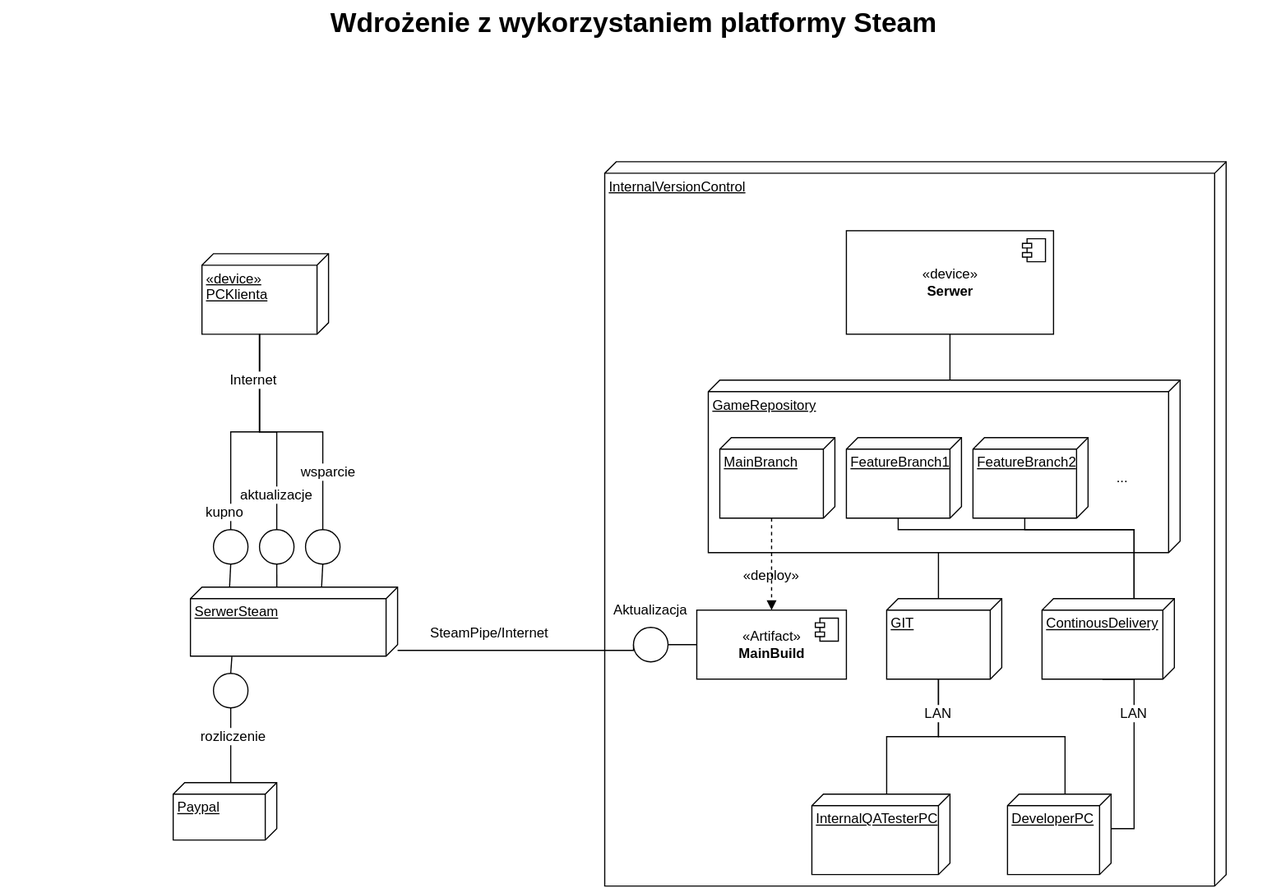
This is 3. dokumentacja projektowa i wdrożeniowa/d. diagramy wdrożeniowe/MayaWdrozenieDiag.svg from 4cer/maya-slasher, a draw.io export, as it was before one commit. Source tidied: cells renumbered, new cells last; positions are measured from the earlier drawing's top-left corner, leaving out a move shared by most shapes.
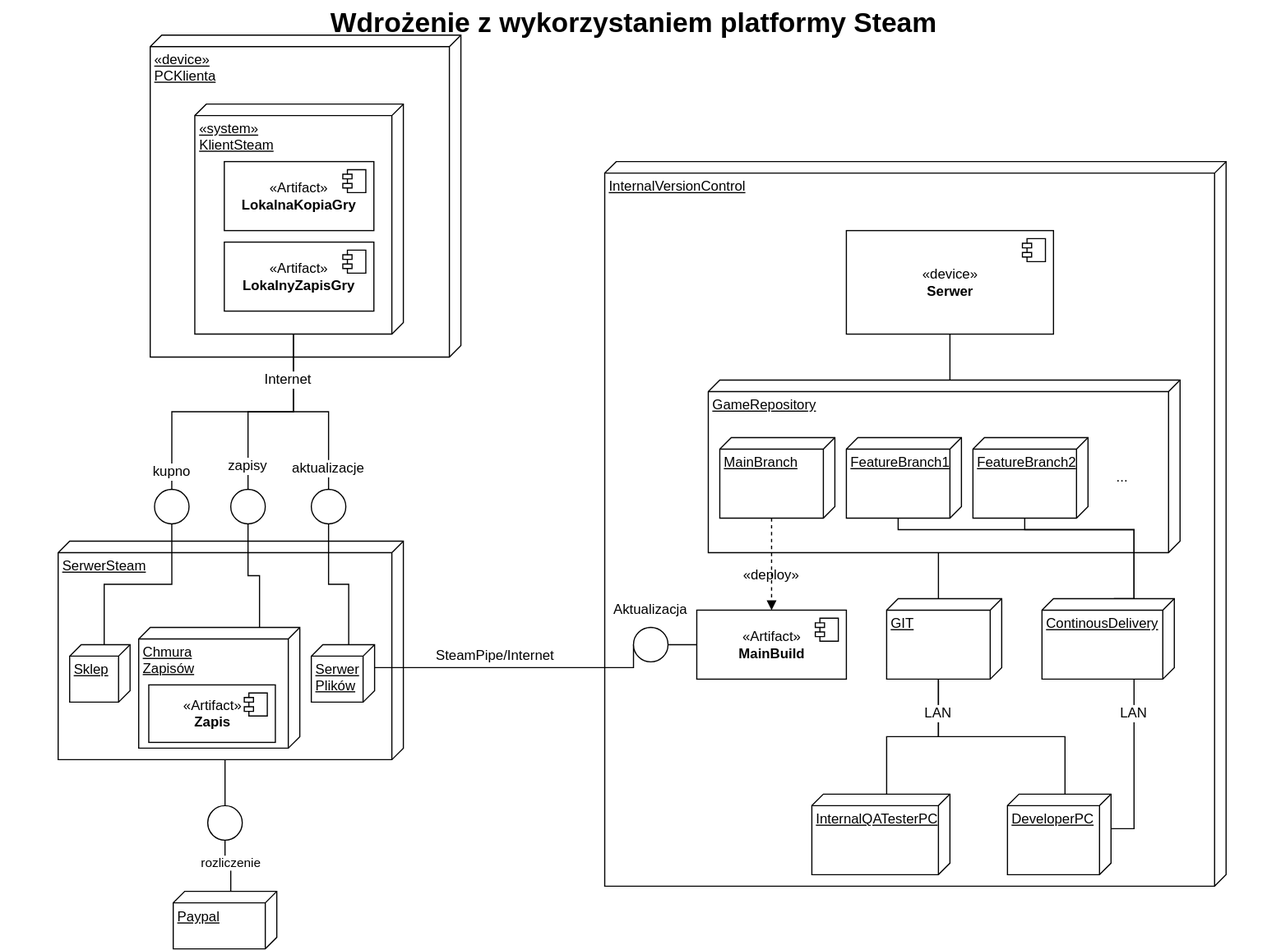
The same file after the commit.

Commit message:
Updated Deployment Diagram

Change to the diagram source:
```diff
@@ -2,20 +2,23 @@
   <root>
     <mxCell id="0" style="html=1;" />
     <mxCell id="1" style="html=1;" parent="0" />
+    <mxCell id="53" value="&lt;div&gt;«device»&lt;/div&gt;&lt;div&gt;PCKlienta&lt;/div&gt;" style="verticalAlign=top;align=left;spacingTop=8;spacingLeft=2;spacingRight=12;shape=cube;size=10;direction=south;fontStyle=4;html=1;" parent="1" vertex="1">
+      <mxGeometry x="130" y="30" width="270" height="280" as="geometry" />
+    </mxCell>
     <mxCell id="2" value="Wdrożenie z wykorzystaniem platformy Steam" style="text;strokeColor=none;fillColor=none;html=1;fontSize=24;fontStyle=1;verticalAlign=middle;align=center;" parent="1" vertex="1">
       <mxGeometry width="1100" height="40" as="geometry" />
     </mxCell>
     <mxCell id="3" value="&lt;div&gt;SerwerSteam&lt;/div&gt;" style="verticalAlign=top;align=left;spacingTop=8;spacingLeft=2;spacingRight=12;shape=cube;size=10;direction=south;fontStyle=4;html=1;" parent="1" vertex="1">
-      <mxGeometry x="165" y="510" width="180" height="60" as="geometry" />
+      <mxGeometry x="50" y="470" width="300" height="190" as="geometry" />
     </mxCell>
-    <mxCell id="4" value="&lt;div&gt;«device»&lt;/div&gt;&lt;div&gt;PCKlienta&lt;/div&gt;" style="verticalAlign=top;align=left;spacingTop=8;spacingLeft=2;spacingRight=12;shape=cube;size=10;direction=south;fontStyle=4;html=1;" parent="1" vertex="1">
-      <mxGeometry x="175" y="220" width="110" height="70" as="geometry" />
+    <mxCell id="4" value="&lt;div&gt;«system»&lt;/div&gt;&lt;div&gt;KlientSteam&lt;/div&gt;" style="verticalAlign=top;align=left;spacingTop=8;spacingLeft=2;spacingRight=12;shape=cube;size=10;direction=south;fontStyle=4;html=1;" parent="1" vertex="1">
+      <mxGeometry x="168.8" y="90" width="181.2" height="200" as="geometry" />
     </mxCell>
     <mxCell id="5" value="&lt;div&gt;InternalVersionControl&lt;/div&gt;" style="verticalAlign=top;align=left;spacingTop=8;spacingLeft=2;spacingRight=12;shape=cube;size=10;direction=south;fontStyle=4;html=1;" parent="1" vertex="1">
       <mxGeometry x="525" y="140" width="540" height="630" as="geometry" />
     </mxCell>
     <mxCell id="6" value="&lt;div&gt;SteamPipe/Internet&lt;/div&gt;" style="text;html=1;strokeColor=none;fillColor=none;align=center;verticalAlign=middle;whiteSpace=wrap;rounded=0;" parent="1" vertex="1">
-      <mxGeometry x="405" y="540" width="40" height="20" as="geometry" />
+      <mxGeometry x="410" y="560" width="40" height="20" as="geometry" />
     </mxCell>
     <mxCell id="7" value="&lt;div&gt;GameRepository&lt;/div&gt;" style="verticalAlign=top;align=left;spacingTop=8;spacingLeft=2;spacingRight=12;shape=cube;size=10;direction=south;fontStyle=4;html=1;" parent="1" vertex="1">
       <mxGeometry x="615" y="330" width="410" height="150" as="geometry" />
@@ -86,10 +89,10 @@
     <mxCell id="23" value="ContinousDelivery" style="verticalAlign=top;align=left;spacingTop=8;spacingLeft=2;spacingRight=12;shape=cube;size=10;direction=south;fontStyle=4;html=1;" parent="1" vertex="1">
       <mxGeometry x="905" y="520" width="115" height="70" as="geometry" />
     </mxCell>
-    <mxCell id="24" style="edgeStyle=orthogonalEdgeStyle;rounded=0;jettySize=auto;html=1;exitX=0;exitY=0;exitDx=55;exitDy=0;exitPerimeter=0;endArrow=none;endFill=0;entryX=0;entryY=0.5;entryDx=0;entryDy=0;" parent="1" edge="1" source="3" target="26">
+    <mxCell id="24" style="edgeStyle=orthogonalEdgeStyle;rounded=0;jettySize=auto;html=1;exitX=0;exitY=0;exitDx=20;exitDy=0;exitPerimeter=0;endArrow=none;endFill=0;entryX=0;entryY=0.5;entryDx=0;entryDy=0;" parent="1" edge="1" source="58" target="26">
       <mxGeometry relative="1" as="geometry">
         <Array as="points">
-          <mxPoint x="550" y="565" />
+          <mxPoint x="550" y="580" />
         </Array>
       </mxGeometry>
     </mxCell>
@@ -102,60 +105,45 @@
     <mxCell id="27" value="Aktualizacja" style="text;html=1;strokeColor=none;fillColor=none;align=center;verticalAlign=middle;whiteSpace=wrap;rounded=0;labelBackgroundColor=#ffffff;" parent="1" vertex="1">
       <mxGeometry x="545" y="520" width="40" height="20" as="geometry" />
     </mxCell>
-    <mxCell id="28" style="edgeStyle=orthogonalEdgeStyle;rounded=0;jettySize=auto;html=1;exitX=0.5;exitY=1;exitDx=0;exitDy=0;entryX=-0.008;entryY=0.811;entryDx=0;entryDy=0;entryPerimeter=0;endArrow=none;endFill=0;" parent="1" edge="1" source="30" target="3">
-      <mxGeometry relative="1" as="geometry" />
-    </mxCell>
-    <mxCell id="29" style="edgeStyle=orthogonalEdgeStyle;rounded=0;jettySize=auto;html=1;exitX=0.5;exitY=0;exitDx=0;exitDy=0;entryX=0;entryY=0;entryDx=70;entryDy=60;entryPerimeter=0;endArrow=none;endFill=0;" parent="1" edge="1" source="30" target="4">
+    <mxCell id="29" style="edgeStyle=orthogonalEdgeStyle;rounded=0;jettySize=auto;html=1;exitX=0.5;exitY=0;exitDx=0;exitDy=0;entryX=0;entryY=0;entryDx=200;entryDy=95.625;entryPerimeter=0;endArrow=none;endFill=0;" parent="1" edge="1" source="30" target="4">
       <mxGeometry relative="1" as="geometry" />
     </mxCell>
+    <mxCell id="54" style="edgeStyle=orthogonalEdgeStyle;rounded=0;jettySize=auto;html=1;exitX=0.5;exitY=1;exitDx=0;exitDy=0;entryX=0;entryY=0;entryDx=0;entryDy=22.5;entryPerimeter=0;endFill=0;endArrow=none;" parent="1" edge="1" source="30" target="57">
+      <mxGeometry relative="1" as="geometry" />
+    </mxCell>
     <mxCell id="30" style="ellipse;whiteSpace=wrap;html=1;" parent="1" vertex="1">
-      <mxGeometry x="185" y="460" width="30" height="30" as="geometry" />
+      <mxGeometry x="133.8" y="425" width="30" height="30" as="geometry" />
     </mxCell>
-    <mxCell id="31" style="edgeStyle=orthogonalEdgeStyle;rounded=0;jettySize=auto;html=1;exitX=0.5;exitY=1;exitDx=0;exitDy=0;entryX=0;entryY=0.583;entryDx=0;entryDy=0;entryPerimeter=0;endArrow=none;endFill=0;" parent="1" edge="1" source="33" target="3">
-      <mxGeometry relative="1" as="geometry" />
-    </mxCell>
+    <mxCell id="55" style="edgeStyle=orthogonalEdgeStyle;rounded=0;jettySize=auto;html=1;exitX=0.5;exitY=1;exitDx=0;exitDy=0;entryX=0;entryY=0;entryDx=0;entryDy=22.5;entryPerimeter=0;endFill=0;endArrow=none;" parent="1" edge="1" source="33" target="58">
+      <mxGeometry relative="1" as="geometry" />
+    </mxCell>
-    <mxCell id="32" style="edgeStyle=orthogonalEdgeStyle;rounded=0;jettySize=auto;html=1;exitX=0.5;exitY=0;exitDx=0;exitDy=0;entryX=0;entryY=0;entryDx=70;entryDy=60;entryPerimeter=0;endArrow=none;endFill=0;" parent="1" edge="1" source="33" target="4">
+    <mxCell id="32" style="edgeStyle=orthogonalEdgeStyle;rounded=0;jettySize=auto;html=1;exitX=0.5;exitY=0;exitDx=0;exitDy=0;entryX=0;entryY=0;entryDx=200;entryDy=95.625;entryPerimeter=0;endFill=0;endArrow=none;" parent="1" edge="1" source="33" target="4">
       <mxGeometry relative="1" as="geometry" />
     </mxCell>
     <mxCell id="33" style="ellipse;whiteSpace=wrap;html=1;" parent="1" vertex="1">
-      <mxGeometry x="225" y="460" width="30" height="30" as="geometry" />
+      <mxGeometry x="270" y="425" width="30" height="30" as="geometry" />
     </mxCell>
-    <mxCell id="34" style="edgeStyle=orthogonalEdgeStyle;rounded=0;jettySize=auto;html=1;exitX=0.5;exitY=1;exitDx=0;exitDy=0;entryX=0;entryY=0.367;entryDx=0;entryDy=0;entryPerimeter=0;endArrow=none;endFill=0;" parent="1" edge="1" source="36" target="3">
-      <mxGeometry relative="1" as="geometry" />
-    </mxCell>
+    <mxCell id="56" style="edgeStyle=orthogonalEdgeStyle;rounded=0;jettySize=auto;html=1;exitX=0.5;exitY=1;exitDx=0;exitDy=0;entryX=0;entryY=0;entryDx=0;entryDy=35;entryPerimeter=0;endFill=0;endArrow=none;" parent="1" edge="1" source="36" target="59">
+      <mxGeometry relative="1" as="geometry" />
+    </mxCell>
-    <mxCell id="35" style="edgeStyle=orthogonalEdgeStyle;rounded=0;jettySize=auto;html=1;exitX=0.5;exitY=0;exitDx=0;exitDy=0;entryX=0;entryY=0;entryDx=70;entryDy=60;entryPerimeter=0;endArrow=none;endFill=0;" parent="1" edge="1" source="36" target="4">
+    <mxCell id="35" style="edgeStyle=orthogonalEdgeStyle;rounded=0;jettySize=auto;html=1;exitX=0.5;exitY=0;exitDx=0;exitDy=0;entryX=0;entryY=0;entryDx=200;entryDy=95.625;entryPerimeter=0;endFill=0;endArrow=none;" parent="1" edge="1" source="36" target="4">
       <mxGeometry relative="1" as="geometry" />
     </mxCell>
     <mxCell id="36" style="ellipse;whiteSpace=wrap;html=1;" parent="1" vertex="1">
-      <mxGeometry x="265" y="460" width="30" height="30" as="geometry" />
+      <mxGeometry x="200" y="425" width="30" height="30" as="geometry" />
     </mxCell>
-    <mxCell id="37" value="&lt;div&gt;kupno&lt;/div&gt;" style="text;html=1;strokeColor=none;fillColor=none;align=center;verticalAlign=middle;whiteSpace=wrap;rounded=0;labelBackgroundColor=#ffffff;" parent="1" vertex="1">
-      <mxGeometry x="175" y="435" width="40" height="20" as="geometry" />
-    </mxCell>
-    <mxCell id="38" value="aktualizacje" style="text;html=1;strokeColor=none;fillColor=none;align=center;verticalAlign=middle;whiteSpace=wrap;rounded=0;labelBackgroundColor=#ffffff;" parent="1" vertex="1">
-      <mxGeometry x="220" y="420" width="40" height="20" as="geometry" />
-    </mxCell>
-    <mxCell id="39" value="wsparcie" style="text;html=1;strokeColor=none;fillColor=none;align=center;verticalAlign=middle;whiteSpace=wrap;rounded=0;labelBackgroundColor=#ffffff;" parent="1" vertex="1">
-      <mxGeometry x="260" y="400" width="50" height="20" as="geometry" />
-    </mxCell>
     <mxCell id="40" value="&lt;div&gt;Paypal&lt;/div&gt;" style="verticalAlign=top;align=left;spacingTop=8;spacingLeft=2;spacingRight=12;shape=cube;size=10;direction=south;fontStyle=4;html=1;" parent="1" vertex="1">
-      <mxGeometry x="150" y="680" width="90" height="50" as="geometry" />
+      <mxGeometry x="150" y="774.5" width="90" height="50" as="geometry" />
     </mxCell>
-    <mxCell id="41" style="edgeStyle=orthogonalEdgeStyle;rounded=0;jettySize=auto;html=1;exitX=0.5;exitY=0;exitDx=0;exitDy=0;entryX=1.008;entryY=0.8;entryDx=0;entryDy=0;entryPerimeter=0;endArrow=none;endFill=0;" parent="1" edge="1" source="43" target="3">
+    <mxCell id="41" style="edgeStyle=orthogonalEdgeStyle;rounded=0;jettySize=auto;html=1;exitX=0.5;exitY=0;exitDx=0;exitDy=0;entryX=0;entryY=0;entryDx=190;entryDy=155;entryPerimeter=0;endFill=0;endArrow=none;" parent="1" edge="1" source="43" target="3">
       <mxGeometry relative="1" as="geometry" />
     </mxCell>
-    <mxCell id="42" style="edgeStyle=orthogonalEdgeStyle;rounded=0;jettySize=auto;html=1;exitX=0.5;exitY=1;exitDx=0;exitDy=0;entryX=0;entryY=0;entryDx=0;entryDy=40;entryPerimeter=0;endArrow=none;endFill=0;" parent="1" edge="1" source="43" target="40">
+    <mxCell id="42" style="edgeStyle=orthogonalEdgeStyle;rounded=0;jettySize=auto;html=1;exitX=0.5;exitY=1;exitDx=0;exitDy=0;entryX=0;entryY=0;entryDx=0;entryDy=40;entryPerimeter=0;endFill=0;endArrow=none;" parent="1" edge="1" source="43" target="40">
       <mxGeometry relative="1" as="geometry" />
     </mxCell>
     <mxCell id="43" style="ellipse;whiteSpace=wrap;html=1;" parent="1" vertex="1">
-      <mxGeometry x="185" y="585" width="30" height="30" as="geometry" />
+      <mxGeometry x="180" y="700" width="30" height="30" as="geometry" />
     </mxCell>
-    <mxCell id="44" value="rozliczenie" style="text;html=1;strokeColor=none;fillColor=none;align=center;verticalAlign=middle;whiteSpace=wrap;rounded=0;labelBackgroundColor=#ffffff;" parent="1" vertex="1">
-      <mxGeometry x="175" y="630" width="55" height="20" as="geometry" />
-    </mxCell>
-    <mxCell id="45" value="&lt;div&gt;Internet&lt;/div&gt;" style="text;html=1;strokeColor=none;fillColor=none;align=center;verticalAlign=middle;whiteSpace=wrap;rounded=0;labelBackgroundColor=#ffffff;" parent="1" vertex="1">
-      <mxGeometry x="200" y="320" width="40" height="20" as="geometry" />
-    </mxCell>
     <mxCell id="46" style="edgeStyle=orthogonalEdgeStyle;rounded=0;jettySize=auto;html=1;exitX=0.5;exitY=1;exitDx=0;exitDy=0;entryX=0;entryY=0;entryDx=0;entryDy=200;entryPerimeter=0;endArrow=none;endFill=0;" parent="1" edge="1" source="47" target="7">
       <mxGeometry relative="1" as="geometry" />
     </mxCell>
@@ -179,5 +167,53 @@
     <mxCell id="52" value="LAN" style="text;html=1;strokeColor=none;fillColor=none;align=center;verticalAlign=middle;whiteSpace=wrap;rounded=0;labelBackgroundColor=#ffffff;" parent="1" vertex="1">
       <mxGeometry x="965" y="610" width="40" height="20" as="geometry" />
     </mxCell>
+    <mxCell id="57" value="&lt;div&gt;Sklep&lt;/div&gt;&lt;div&gt;&lt;br&gt;&lt;/div&gt;" style="verticalAlign=top;align=left;spacingTop=8;spacingLeft=2;spacingRight=12;shape=cube;size=10;direction=south;fontStyle=4;html=1;" parent="1" vertex="1">
+      <mxGeometry x="60" y="560" width="52.5" height="50" as="geometry" />
+    </mxCell>
+    <mxCell id="58" value="Serwer&lt;br&gt;Plików" style="verticalAlign=top;align=left;spacingTop=8;spacingLeft=2;spacingRight=12;shape=cube;size=10;direction=south;fontStyle=4;html=1;" parent="1" vertex="1">
+      <mxGeometry x="270" y="560" width="55" height="50" as="geometry" />
+    </mxCell>
+    <mxCell id="59" value="Chmura&lt;br&gt;&lt;div&gt;Zapisów&lt;/div&gt;" style="verticalAlign=top;align=left;spacingTop=8;spacingLeft=2;spacingRight=12;shape=cube;size=10;direction=south;fontStyle=4;html=1;" parent="1" vertex="1">
+      <mxGeometry x="120" y="545" width="140" height="105" as="geometry" />
+    </mxCell>
+    <mxCell id="38" value="aktualizacje" style="text;html=1;strokeColor=none;fillColor=none;align=center;verticalAlign=middle;whiteSpace=wrap;rounded=0;labelBackgroundColor=#ffffff;" parent="1" vertex="1">
+      <mxGeometry x="265" y="397" width="40" height="20" as="geometry" />
+    </mxCell>
+    <mxCell id="44" value="rozliczenie" style="text;html=1;strokeColor=none;fillColor=none;align=center;verticalAlign=middle;whiteSpace=wrap;rounded=0;labelBackgroundColor=#ffffff;fontSize=11;endFill=0;endArrow=none;" parent="1" vertex="1">
+      <mxGeometry x="172.5" y="740" width="55" height="20" as="geometry" />
+    </mxCell>
+    <mxCell id="45" value="&lt;div&gt;Internet&lt;/div&gt;" style="text;html=1;strokeColor=none;fillColor=none;align=center;verticalAlign=middle;whiteSpace=wrap;rounded=0;labelBackgroundColor=#ffffff;" parent="1" vertex="1">
+      <mxGeometry x="230" y="320" width="40" height="20" as="geometry" />
+    </mxCell>
+    <mxCell id="37" value="&lt;div&gt;kupno&lt;/div&gt;" style="text;html=1;strokeColor=none;fillColor=none;align=center;verticalAlign=middle;whiteSpace=wrap;rounded=0;labelBackgroundColor=#ffffff;" parent="1" vertex="1">
+      <mxGeometry x="128.8" y="400" width="40" height="20" as="geometry" />
+    </mxCell>
+    <mxCell id="39" value="zapisy" style="text;html=1;strokeColor=none;fillColor=none;align=center;verticalAlign=middle;whiteSpace=wrap;rounded=0;labelBackgroundColor=#ffffff;" parent="1" vertex="1">
+      <mxGeometry x="190" y="395" width="50" height="20" as="geometry" />
+    </mxCell>
+    <mxCell id="60" value="«Artifact»&lt;br&gt;&lt;b&gt;Zapis&lt;/b&gt;" style="html=1;" parent="1" vertex="1">
+      <mxGeometry x="128.8" y="595" width="110" height="50" as="geometry" />
+    </mxCell>
+    <mxCell id="61" style="shape=component;jettyWidth=8;jettyHeight=4;" parent="60" vertex="1">
+      <mxGeometry x="1" width="20" height="20" relative="1" as="geometry">
+        <mxPoint x="-27" y="7" as="offset" />
+      </mxGeometry>
+    </mxCell>
+    <mxCell id="62" value="«Artifact»&lt;br&gt;&lt;b&gt;LokalnaKopiaGry&lt;/b&gt;" style="html=1;" parent="1" vertex="1">
+      <mxGeometry x="194.4" y="140" width="130" height="60" as="geometry" />
+    </mxCell>
+    <mxCell id="63" style="shape=component;jettyWidth=8;jettyHeight=4;" parent="62" vertex="1">
+      <mxGeometry x="1" width="20" height="20" relative="1" as="geometry">
+        <mxPoint x="-27" y="7" as="offset" />
+      </mxGeometry>
+    </mxCell>
+    <mxCell id="64" value="«Artifact»&lt;br&gt;&lt;b&gt;LokalnyZapisGry&lt;/b&gt;" style="html=1;" parent="1" vertex="1">
+      <mxGeometry x="194.4" y="210" width="130" height="60" as="geometry" />
+    </mxCell>
+    <mxCell id="65" style="shape=component;jettyWidth=8;jettyHeight=4;" parent="64" vertex="1">
+      <mxGeometry x="1" width="20" height="20" relative="1" as="geometry">
+        <mxPoint x="-27" y="7" as="offset" />
+      </mxGeometry>
+    </mxCell>
   </root>
 </mxGraphModel>
```
